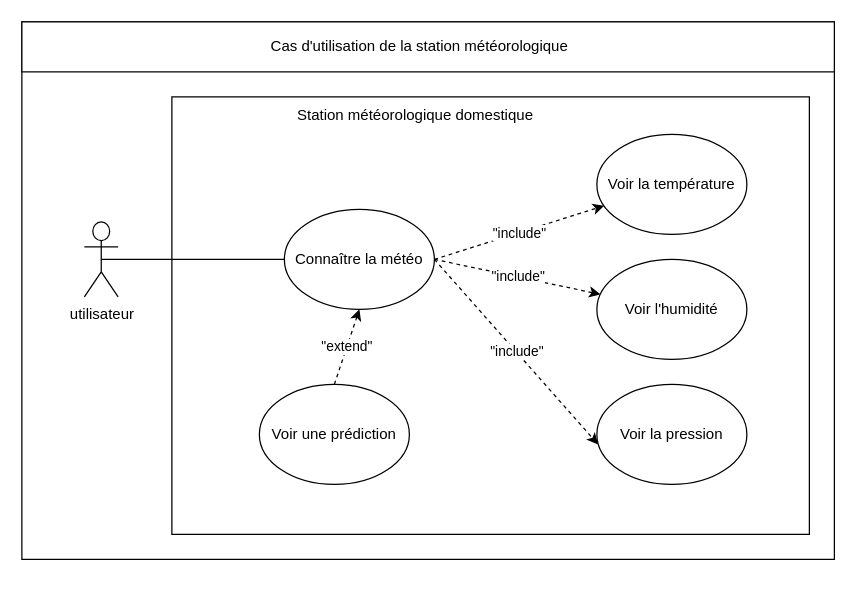
Earlier version of the draw.io diagram CU.drawio (F3lixitas/projetMeteo). Source tidied: cells renumbered, new cells numbered last; positions are measured from the earlier drawing's top-left corner, leaving out a move shared by most shapes. Both pictures are drawn from the tidied source at 125%, with x=0, y=0 at pixel (21, 21).
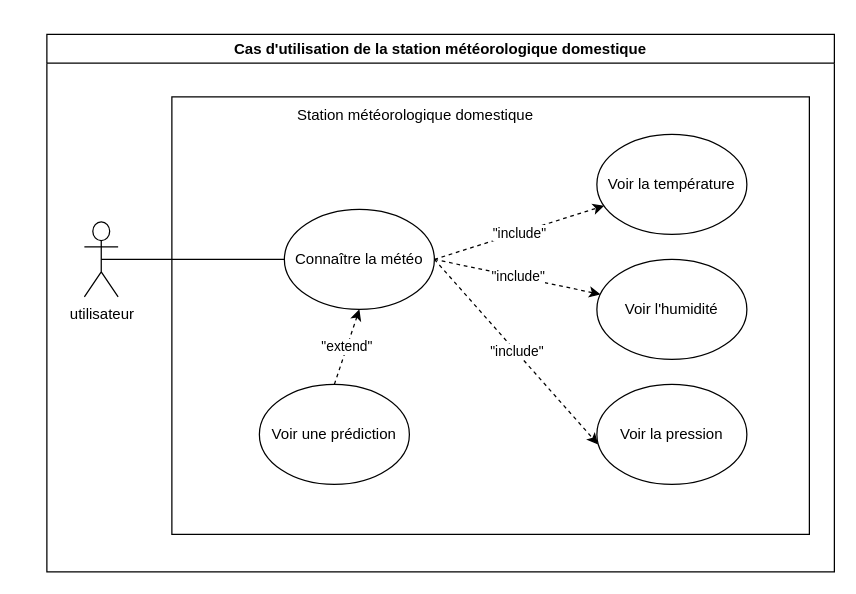
The same page after the edit.

Diff of the diagram source:
```diff
@@
 <mxGraphModel>
   <root>
     <mxCell id="0" />
     <mxCell id="1" parent="0" />
-    <mxCell id="2" style="rounded=0;whiteSpace=wrap;html=1;" parent="1" vertex="1">
-      <mxGeometry width="650" height="430" as="geometry" />
-    </mxCell>
     <mxCell id="3" value="utilisateur" style="shape=umlActor;verticalLabelPosition=bottom;verticalAlign=top;html=1;outlineConnect=0;" parent="1" vertex="1">
       <mxGeometry x="50" y="160" width="27" height="60" as="geometry" />
     </mxCell>
     <mxCell id="4" style="rounded=0;whiteSpace=wrap;html=1;" parent="1" vertex="1">
       <mxGeometry x="120" y="60" width="510" height="350" as="geometry" />
     </mxCell>
     <mxCell id="5" value="Station météorologique domestique" style="text;html=1;strokeColor=none;fillColor=none;align=center;verticalAlign=middle;whiteSpace=wrap;rounded=0;" parent="1" vertex="1">
       <mxGeometry x="190" y="60" width="250" height="30" as="geometry" />
     </mxCell>
-    <mxCell id="6" style="rounded=0;whiteSpace=wrap;html=1;" parent="1" vertex="1">
-      <mxGeometry width="650" height="40" as="geometry" />
-    </mxCell>
-    <mxCell id="7" value="Cas d'utilisation de la station météorologique&amp;nbsp;" style="text;html=1;strokeColor=none;fillColor=none;align=center;verticalAlign=middle;whiteSpace=wrap;rounded=0;" parent="1" vertex="1">
-      <mxGeometry y="5" width="640" height="30" as="geometry" />
-    </mxCell>
     <mxCell id="8" value="&quot;include&quot;" style="rounded=0;jettySize=auto;html=1;exitX=1;exitY=0.5;exitDx=0;exitDy=0;dashed=1;" parent="1" edge="1" source="11" target="12">
       <mxGeometry relative="1" as="geometry" />
     </mxCell>
     <mxCell id="9" value="&quot;include&quot;" style="rounded=0;jettySize=auto;html=1;exitX=1;exitY=0.5;exitDx=0;exitDy=0;dashed=1;" parent="1" edge="1" source="11" target="13">
       <mxGeometry relative="1" as="geometry" />
     </mxCell>
     <mxCell id="10" value="&quot;include&quot;" style="rounded=0;jettySize=auto;html=1;exitX=1;exitY=0.5;exitDx=0;exitDy=0;entryX=0.008;entryY=0.6;entryDx=0;entryDy=0;entryPerimeter=0;dashed=1;" parent="1" edge="1" source="11" target="14">
       <mxGeometry relative="1" as="geometry" />
     </mxCell>
     <mxCell id="11" value="Connaître la météo" style="ellipse;whiteSpace=wrap;html=1;" parent="1" vertex="1">
       <mxGeometry x="210" y="150" width="120" height="80" as="geometry" />
     </mxCell>
     <mxCell id="12" value="Voir la température" style="ellipse;whiteSpace=wrap;html=1;" parent="1" vertex="1">
       <mxGeometry x="460" y="90" width="120" height="80" as="geometry" />
     </mxCell>
     <mxCell id="13" value="Voir l'humidité" style="ellipse;whiteSpace=wrap;html=1;" parent="1" vertex="1">
       <mxGeometry x="460" y="190" width="120" height="80" as="geometry" />
     </mxCell>
     <mxCell id="14" value="Voir la pression" style="ellipse;whiteSpace=wrap;html=1;" parent="1" vertex="1">
       <mxGeometry x="460" y="290" width="120" height="80" as="geometry" />
     </mxCell>
     <mxCell id="15" value="&quot;extend&quot;" style="rounded=0;jettySize=auto;html=1;exitX=0.5;exitY=0;exitDx=0;exitDy=0;entryX=0.5;entryY=1;entryDx=0;entryDy=0;dashed=1;" parent="1" edge="1" source="16" target="11">
       <mxGeometry relative="1" as="geometry" />
     </mxCell>
     <mxCell id="16" value="Voir une prédiction" style="ellipse;whiteSpace=wrap;html=1;" parent="1" vertex="1">
       <mxGeometry x="190" y="290" width="120" height="80" as="geometry" />
     </mxCell>
     <mxCell id="17" style="edgeStyle=none;rounded=0;jettySize=auto;html=1;exitX=0.5;exitY=0.5;exitDx=0;exitDy=0;exitPerimeter=0;endArrow=none;endFill=0;" parent="1" edge="1" source="3" target="11">
       <mxGeometry relative="1" as="geometry" />
     </mxCell>
+    <mxCell id="18" value="Cas d'utilisation de la station météorologique domestique" style="swimlane;" parent="1" vertex="1">
+      <mxGeometry x="20" y="10" width="630" height="430" as="geometry" />
+    </mxCell>
   </root>
 </mxGraphModel>
```
